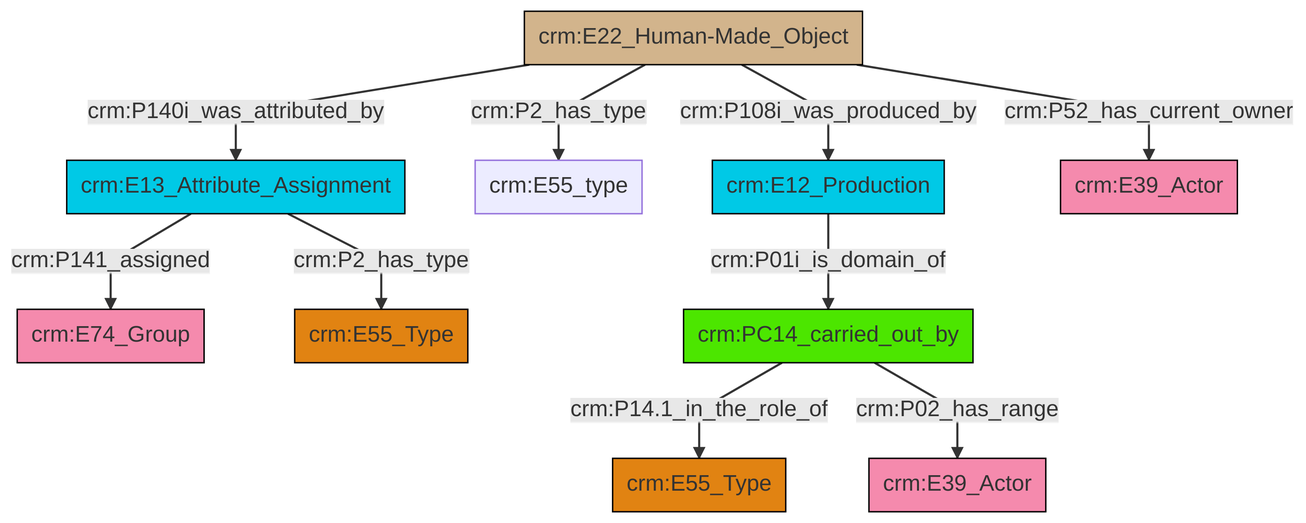
Earlier version of the Mermaid export et/builtWorkCSV/ttl/mmd/png/Built_Work_actor_relations.png (swiss-art-research-net/reference-data-models). Its source is kept beside it as et/builtWorkCSV/ttl/mmd/Built_Work_actor_relations.ttl.mmd.
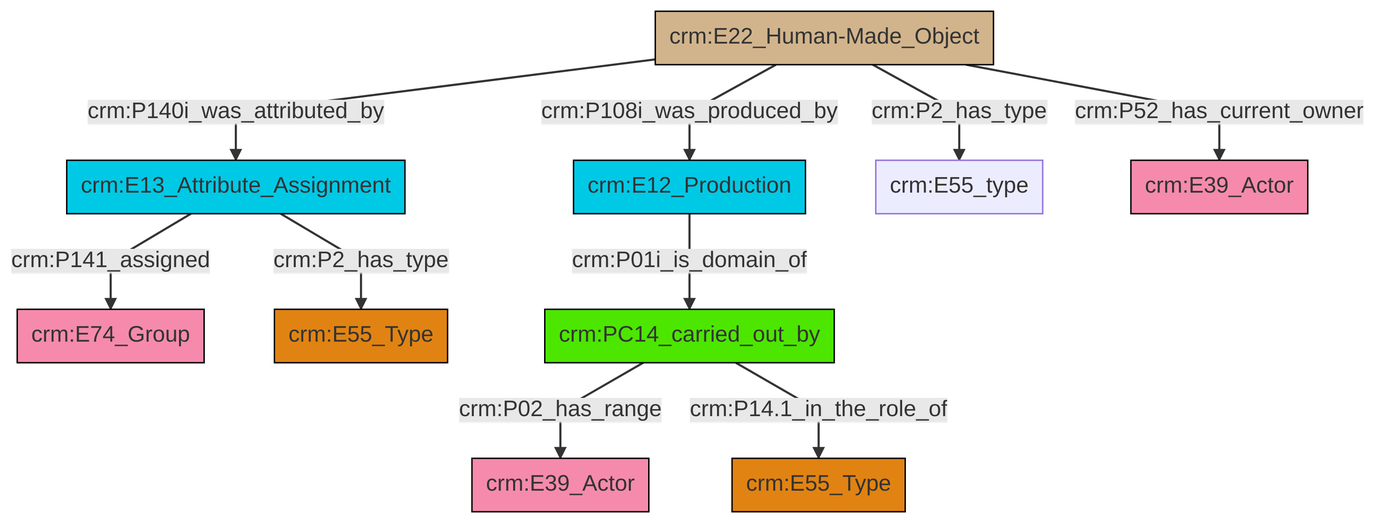
After the commit.

Diff of the diagram source:
```diff
@@ -13,12 +13,12 @@
 classDef PC_Classes fill:#4ce600, stroke:#000000;
 classDef Multi fill:#cccccc,stroke:#000000;
 
-0["crm:E22_Human-Made_Object"]:::Physical_Thing -->|crm:P140i_was_attributed_by| 2["crm:E13_Attribute_Assignment"]:::Temporal_Entity
-5["crm:PC14_carried_out_by"]:::PC_Classes -->|crm:P14.1_in_the_role_of| 6["crm:E55_Type"]:::Type
-0["crm:E22_Human-Made_Object"]:::Physical_Thing -->|crm:P2_has_type| 7["crm:E55_type"]:::Default
-0["crm:E22_Human-Made_Object"]:::Physical_Thing -->|crm:P108i_was_produced_by| 9["crm:E12_Production"]:::Temporal_Entity
-5["crm:PC14_carried_out_by"]:::PC_Classes -->|crm:P02_has_range| 10["crm:E39_Actor"]:::Actor
-9["crm:E12_Production"]:::Temporal_Entity -->|crm:P01i_is_domain_of| 5["crm:PC14_carried_out_by"]:::PC_Classes
-0["crm:E22_Human-Made_Object"]:::Physical_Thing -->|crm:P52_has_current_owner| 16["crm:E39_Actor"]:::Actor
-2["crm:E13_Attribute_Assignment"]:::Temporal_Entity -->|crm:P141_assigned| 3["crm:E74_Group"]:::Actor
-2["crm:E13_Attribute_Assignment"]:::Temporal_Entity -->|crm:P2_has_type| 11["crm:E55_Type"]:::Type
+2["crm:E22_Human-Made_Object"]:::Physical_Thing -->|crm:P108i_was_produced_by| 3["crm:E12_Production"]:::Temporal_Entity
+0["crm:E13_Attribute_Assignment"]:::Temporal_Entity -->|crm:P141_assigned| 4["crm:E74_Group"]:::Actor
+12["crm:PC14_carried_out_by"]:::PC_Classes -->|crm:P02_has_range| 13["crm:E39_Actor"]:::Actor
+2["crm:E22_Human-Made_Object"]:::Physical_Thing -->|crm:P140i_was_attributed_by| 0["crm:E13_Attribute_Assignment"]:::Temporal_Entity
+2["crm:E22_Human-Made_Object"]:::Physical_Thing -->|crm:P2_has_type| 5["crm:E55_type"]:::Default
+0["crm:E13_Attribute_Assignment"]:::Temporal_Entity -->|crm:P2_has_type| 7["crm:E55_Type"]:::Type
+3["crm:E12_Production"]:::Temporal_Entity -->|crm:P01i_is_domain_of| 12["crm:PC14_carried_out_by"]:::PC_Classes
+12["crm:PC14_carried_out_by"]:::PC_Classes -->|crm:P14.1_in_the_role_of| 10["crm:E55_Type"]:::Type
+2["crm:E22_Human-Made_Object"]:::Physical_Thing -->|crm:P52_has_current_owner| 17["crm:E39_Actor"]:::Actor
```
